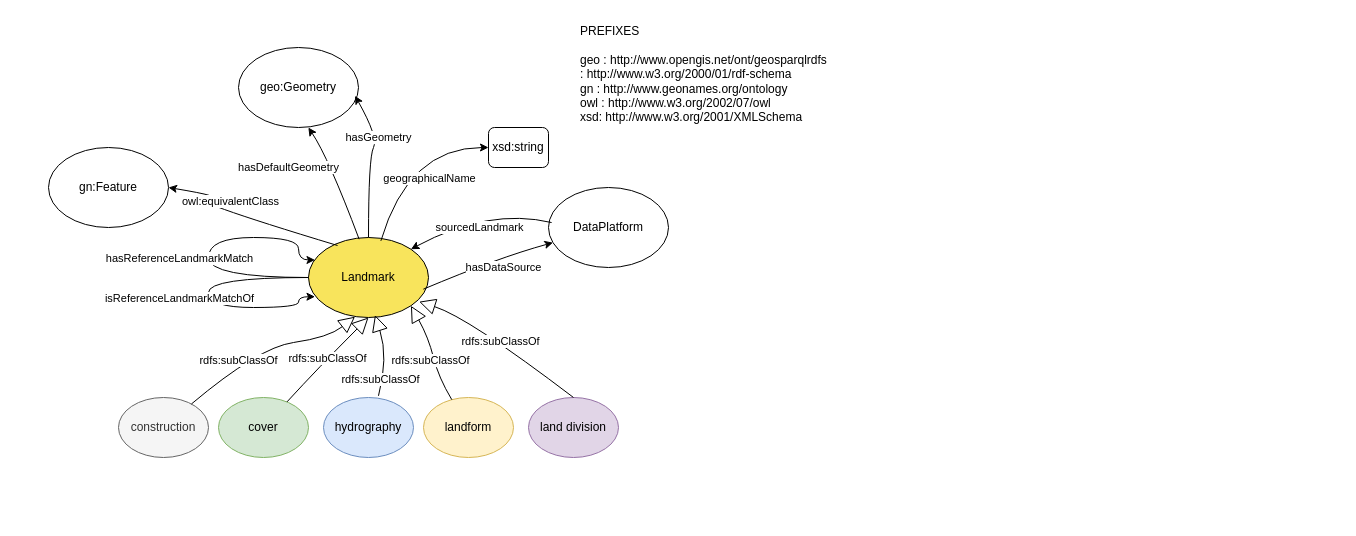
Before: diagram/conceptual_model.drawio in umrlastig/landmark-ontology, a draw.io diagram. Source tidied: cells renumbered, new cells numbered last; positions are measured from the earlier drawing's top-left corner, leaving out a move shared by most shapes. Both pictures are drawn from the tidied source at 100%, with x=0, y=0 at pixel (48, 17).
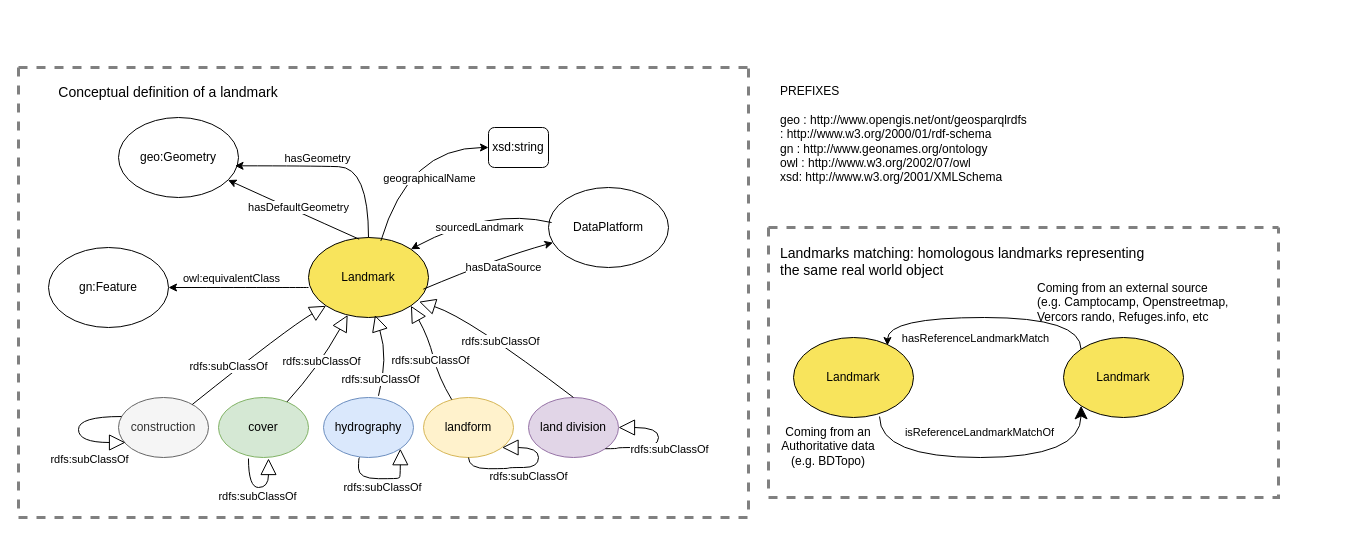
Above is the later version.

Commit message:
Mettre à jour conceptual_model.drawio

The change refers to these unchanged cells:
```xml
<mxCell id="2" value="Landmark" style="ellipse;whiteSpace=wrap;html=1;shapeInside=1;fillColor=light-dark(#f8e45c, #ededed);" parent="1" vertex="1">
  <mxGeometry x="260" y="220" width="120" height="80" as="geometry" />
</mxCell>
<mxCell id="15" value="construction" style="ellipse;whiteSpace=wrap;html=1;shapeInside=1;fillColor=#f5f5f5;fontColor=#333333;strokeColor=#666666;" parent="1" vertex="1">
  <mxGeometry x="70" y="380" width="90" height="60" as="geometry" />
</mxCell>
<mxCell id="18" value="cover" style="ellipse;whiteSpace=wrap;html=1;shapeInside=1;fillColor=#d5e8d4;strokeColor=#82b366;" parent="1" vertex="1">
  <mxGeometry x="170" y="380" width="90" height="60" as="geometry" />
</mxCell>
<mxCell id="19" value="hydrography" style="ellipse;whiteSpace=wrap;html=1;shapeInside=1;fillColor=#dae8fc;strokeColor=#6c8ebf;" parent="1" vertex="1">
  <mxGeometry x="275" y="380" width="90" height="60" as="geometry" />
</mxCell>
<mxCell id="20" value="landform" style="ellipse;whiteSpace=wrap;html=1;shapeInside=1;fillColor=#fff2cc;strokeColor=#d6b656;" parent="1" vertex="1">
  <mxGeometry x="375" y="380" width="90" height="60" as="geometry" />
</mxCell>
<mxCell id="21" value="land division" style="ellipse;whiteSpace=wrap;html=1;shapeInside=1;fillColor=#e1d5e7;strokeColor=#9673a6;" parent="1" vertex="1">
  <mxGeometry x="480" y="380" width="90" height="60" as="geometry" />
</mxCell>
```

Diff of the diagram source:
```diff
@@
-    <mxCell id="4" style="curved=1;endArrow=classic;html=1;rounded=0;exitX=0;exitY=0.5;exitDx=0;exitDy=0;entryX=0.054;entryY=0.281;entryDx=0;entryDy=0;entryPerimeter=0;edgeStyle=orthogonalEdgeStyle;innerLoopWaypoints=1;" parent="1" edge="1" source="2" target="2">
-      <mxGeometry relative="1" as="geometry">
-        <Array as="points">
-          <mxPoint x="160" y="260" />
-          <mxPoint x="160" y="220" />
-          <mxPoint x="250" y="220" />
-          <mxPoint x="250" y="242.5" />
-        </Array>
-      </mxGeometry>
-    </mxCell>
-    <mxCell id="5" value="hasReferenceLandmarkMatch" style="edgeLabel;html=1;align=center;verticalAlign=middle;" parent="4" vertex="1">
-      <mxGeometry x="0.22" y="-2" relative="1" as="geometry">
-        <mxPoint x="-54" y="18" as="offset" />
-      </mxGeometry>
-    </mxCell>
-    <mxCell id="6" style="curved=1;endArrow=classic;html=1;rounded=0;exitX=0;exitY=0.5;exitDx=0;exitDy=0;entryX=0.054;entryY=0.74;entryDx=0;entryDy=0;edgeStyle=orthogonalEdgeStyle;innerLoopWaypoints=1;entryPerimeter=0;" parent="1" edge="1" source="2" target="2">
-      <mxGeometry relative="1" as="geometry">
-        <Array as="points">
-          <mxPoint x="160" y="260" />
-          <mxPoint x="160" y="290" />
-          <mxPoint x="250" y="290" />
-          <mxPoint x="250" y="279.2" />
-        </Array>
-      </mxGeometry>
-    </mxCell>
-    <mxCell id="7" value="isReferenceLandmarkMatchOf" style="edgeLabel;html=1;align=center;verticalAlign=middle;" parent="6" vertex="1">
-      <mxGeometry x="-0.42" y="3" relative="1" as="geometry">
-        <mxPoint x="-58" y="17" as="offset" />
-      </mxGeometry>
-    </mxCell>
@@
-    <mxCell id="16" style="curved=1;endArrow=block;html=1;rounded=0;entryX=0.388;entryY=0.99;entryDx=0;entryDy=0;entryPerimeter=0;endFill=0;strokeWidth=1;endSize=14;" parent="1" edge="1" source="15" target="2">
+    <mxCell id="16" style="curved=1;endArrow=block;html=1;rounded=0;entryX=0;entryY=1;entryDx=0;entryDy=0;endFill=0;strokeWidth=1;endSize=14;" parent="1" edge="1" source="15" target="2">
       <mxGeometry relative="1" as="geometry">
         <Array as="points">
-          <mxPoint x="210" y="330" />
-          <mxPoint x="280" y="320" />
+          <mxPoint x="240" y="310" />
         </Array>
       </mxGeometry>
     </mxCell>
@@
     <mxCell id="22" value="geo:Geometry" style="ellipse;whiteSpace=wrap;html=1;shapeInside=1;" parent="1" vertex="1">
-      <mxGeometry x="190" y="30" width="120" height="80" as="geometry" />
+      <mxGeometry x="70" y="100" width="120" height="80" as="geometry" />
     </mxCell>
     <mxCell id="23" style="curved=1;endArrow=classic;html=1;rounded=0;exitX=0.5;exitY=0;exitDx=0;exitDy=0;entryX=0.971;entryY=0.604;entryDx=0;entryDy=0;entryPerimeter=0;" parent="1" edge="1" source="2" target="22">
       <mxGeometry relative="1" as="geometry">
         <Array as="points">
-          <mxPoint x="320" y="140" />
-          <mxPoint x="330" y="120" />
+          <mxPoint x="320" y="150" />
+          <mxPoint x="260" y="148.3" />
         </Array>
       </mxGeometry>
     </mxCell>
     <mxCell id="24" value="hasGeometry" style="edgeLabel;html=1;align=center;verticalAlign=middle;" parent="23" vertex="1">
       <mxGeometry x="0.66" y="5" relative="1" as="geometry">
-        <mxPoint x="15" y="17" as="offset" />
+        <mxPoint x="47" y="-13" as="offset" />
       </mxGeometry>
     </mxCell>
-    <mxCell id="25" value="hasDefaultGeometry" style="curved=1;endArrow=classic;html=1;rounded=0;exitX=0.422;exitY=0.021;exitDx=0;exitDy=0;exitPerimeter=0;entryX=0.582;entryY=1;entryDx=0;entryDy=0;entryPerimeter=0;" parent="1" edge="1" source="2" target="22">
-      <mxGeometry x="0.64" y="39" relative="1" as="geometry">
+    <mxCell id="25" value="hasDefaultGeometry" style="curved=1;endArrow=classic;html=1;rounded=0;exitX=0.422;exitY=0.021;exitDx=0;exitDy=0;exitPerimeter=0;" parent="1" edge="1" source="2" target="22">
+      <mxGeometry x="-0.05" y="-4" relative="1" as="geometry">
         <Array as="points">
-          <mxPoint x="280" y="140" />
+          <mxPoint x="240" y="190" />
         </Array>
       </mxGeometry>
     </mxCell>
-    <mxCell id="26" value="rdfs:subClassOf" style="curved=1;endArrow=block;html=1;rounded=0;entryX=0.5;entryY=1;entryDx=0;entryDy=0;endFill=0;endSize=14;" parent="1" edge="1" source="18" target="2">
+    <mxCell id="26" value="rdfs:subClassOf" style="curved=1;endArrow=block;html=1;rounded=0;endFill=0;endSize=14;" parent="1" edge="1" source="18" target="2">
       <mxGeometry relative="1" as="geometry">
         <Array as="points">
           <mxPoint x="270" y="350" />
         </Array>
       </mxGeometry>
     </mxCell>
@@
     <mxCell id="32" value="PREFIXES&#10;&#10;geo : http://www.opengis.net/ont/geosparqlrdfs : http://www.w3.org/2000/01/rdf-schema&#10;gn : http://www.geonames.org/ontology&#10;owl : http://www.w3.org/2002/07/owl&#10;xsd: http://www.w3.org/2001/XMLSchema" style="text;whiteSpace=wrap;glass=0;rounded=0;shadow=0;" parent="1" vertex="1">
-      <mxGeometry x="530" width="250" height="120" as="geometry" />
+      <mxGeometry x="730" y="60" width="250" height="120" as="geometry" />
     </mxCell>
     <mxCell id="33" value="gn:Feature" style="ellipse;whiteSpace=wrap;html=1;shapeInside=1;" parent="1" vertex="1">
-      <mxGeometry y="130" width="120" height="80" as="geometry" />
+      <mxGeometry y="230" width="120" height="80" as="geometry" />
     </mxCell>
-    <mxCell id="34" style="curved=1;endArrow=classic;html=1;rounded=0;exitX=0.242;exitY=0.1;exitDx=0;exitDy=0;exitPerimeter=0;" parent="1" edge="1" source="2" target="33">
+    <mxCell id="34" style="curved=1;endArrow=classic;html=1;rounded=0;" parent="1" edge="1" target="33">
       <mxGeometry relative="1" as="geometry">
-        <Array as="points">
-          <mxPoint x="130" y="180" />
-          <mxPoint x="180" y="180" />
-          <mxPoint x="120" y="170" />
-        </Array>
+        <mxPoint x="260" y="270" as="sourcePoint" />
       </mxGeometry>
     </mxCell>
     <mxCell id="35" value="owl:equivalentClass" style="edgeLabel;html=1;align=center;verticalAlign=middle;" parent="34" vertex="1">
       <mxGeometry x="0.13" y="1" relative="1" as="geometry">
-        <mxPoint x="42" as="offset" />
+        <mxPoint x="1" y="-11" as="offset" />
       </mxGeometry>
     </mxCell>
+    <mxCell id="36" style="curved=1;endArrow=block;html=1;rounded=0;exitX=1;exitY=1;exitDx=0;exitDy=0;entryX=1;entryY=0.5;entryDx=0;entryDy=0;edgeStyle=orthogonalEdgeStyle;innerLoopWaypoints=1;endFill=0;endSize=14;" parent="1" edge="1" source="21" target="21">
+      <mxGeometry relative="1" as="geometry">
+        <Array as="points">
+          <mxPoint x="569" y="431.2" />
+          <mxPoint x="569" y="430" />
+          <mxPoint x="610" y="430" />
+          <mxPoint x="610" y="410" />
+        </Array>
+      </mxGeometry>
+    </mxCell>
+    <mxCell id="37" value="rdfs:subClassOf" style="edgeLabel;html=1;align=center;verticalAlign=middle;" parent="36" vertex="1">
+      <mxGeometry x="0.15" y="5" relative="1" as="geometry">
+        <mxPoint x="15" y="13" as="offset" />
+      </mxGeometry>
+    </mxCell>
+    <mxCell id="38" style="curved=1;endArrow=block;html=1;rounded=0;exitX=0.5;exitY=1;exitDx=0;exitDy=0;edgeStyle=orthogonalEdgeStyle;innerLoopWaypoints=1;endFill=0;endSize=14;" parent="1" edge="1" source="20" target="20">
+      <mxGeometry relative="1" as="geometry">
+        <Array as="points">
+          <mxPoint x="420" y="451.2" />
+          <mxPoint x="460" y="451.2" />
+          <mxPoint x="460" y="450" />
+          <mxPoint x="490" y="450" />
+          <mxPoint x="490" y="430" />
+        </Array>
+      </mxGeometry>
+    </mxCell>
+    <mxCell id="39" value="rdfs:subClassOf" style="edgeLabel;html=1;align=center;verticalAlign=middle;" parent="38" vertex="1">
+      <mxGeometry x="0.15" y="5" relative="1" as="geometry">
+        <mxPoint x="-8" y="13" as="offset" />
+      </mxGeometry>
+    </mxCell>
+    <mxCell id="40" style="curved=1;endArrow=block;html=1;rounded=0;exitX=0.4;exitY=1;exitDx=0;exitDy=0;edgeStyle=orthogonalEdgeStyle;innerLoopWaypoints=1;endFill=0;endSize=14;exitPerimeter=0;entryX=1;entryY=1;entryDx=0;entryDy=0;" parent="1" edge="1" source="19" target="19">
+      <mxGeometry relative="1" as="geometry">
+        <Array as="points">
+          <mxPoint x="310" y="440" />
+          <mxPoint x="310" y="461.2" />
+          <mxPoint x="350" y="461.2" />
+          <mxPoint x="350" y="460" />
+          <mxPoint x="351.8" y="460" />
+        </Array>
+      </mxGeometry>
+    </mxCell>
+    <mxCell id="41" value="rdfs:subClassOf" style="edgeLabel;html=1;align=center;verticalAlign=middle;" parent="40" vertex="1">
+      <mxGeometry x="0.15" y="5" relative="1" as="geometry">
+        <mxPoint x="-8" y="13" as="offset" />
+      </mxGeometry>
+    </mxCell>
+    <mxCell id="42" style="curved=1;endArrow=block;html=1;rounded=0;exitX=0.333;exitY=1.017;exitDx=0;exitDy=0;edgeStyle=orthogonalEdgeStyle;endFill=0;endSize=14;exitPerimeter=0;" parent="1" edge="1" source="18">
+      <mxGeometry relative="1" as="geometry">
+        <mxPoint x="220" y="441" as="targetPoint" />
+        <Array as="points">
+          <mxPoint x="200" y="470" />
+          <mxPoint x="220" y="470" />
+        </Array>
+      </mxGeometry>
+    </mxCell>
+    <mxCell id="43" value="rdfs:subClassOf" style="edgeLabel;html=1;align=center;verticalAlign=middle;" parent="42" vertex="1">
+      <mxGeometry x="0.15" y="5" relative="1" as="geometry">
+        <mxPoint x="-8" y="13" as="offset" />
+      </mxGeometry>
+    </mxCell>
+    <mxCell id="44" style="curved=1;endArrow=block;html=1;rounded=0;exitX=0.033;exitY=0.317;exitDx=0;exitDy=0;edgeStyle=orthogonalEdgeStyle;endFill=0;endSize=14;exitPerimeter=0;entryX=0.078;entryY=0.75;entryDx=0;entryDy=0;entryPerimeter=0;innerLoopWaypoints=1;" parent="1" edge="1" source="15" target="15">
+      <mxGeometry relative="1" as="geometry">
+        <Array as="points">
+          <mxPoint x="30" y="399" />
+          <mxPoint x="30" y="425" />
+        </Array>
+      </mxGeometry>
+    </mxCell>
+    <mxCell id="45" value="rdfs:subClassOf" style="edgeLabel;html=1;align=center;verticalAlign=middle;" parent="44" vertex="1">
+      <mxGeometry x="0.15" y="5" relative="1" as="geometry">
+        <mxPoint x="5" y="18" as="offset" />
+      </mxGeometry>
+    </mxCell>
+    <mxCell id="46" style="swimlane;startSize=0;dashed=1;strokeWidth=3;strokeColor=#808080;" parent="1" vertex="1">
+      <mxGeometry x="720" y="210" width="510" height="270" as="geometry" />
+    </mxCell>
+    <mxCell id="4" style="curved=1;endArrow=none;html=1;rounded=0;entryX=0;entryY=0;entryDx=0;entryDy=0;edgeStyle=orthogonalEdgeStyle;startArrow=classic;startFill=1;endFill=0;endSize=14;exitX=0.783;exitY=0.1;exitDx=0;exitDy=0;exitPerimeter=0;" parent="46" edge="1" source="47" target="48">
+      <mxGeometry relative="1" as="geometry">
+        <Array as="points">
+          <mxPoint x="119" y="90" />
+          <mxPoint x="312.6" y="90" />
+        </Array>
+      </mxGeometry>
+    </mxCell>
+    <mxCell id="5" value="hasReferenceLandmarkMatch" style="edgeLabel;html=1;align=center;verticalAlign=middle;" parent="4" vertex="1">
+      <mxGeometry x="0.22" y="-2" relative="1" as="geometry">
+        <mxPoint x="-39" y="18" as="offset" />
+      </mxGeometry>
+    </mxCell>
+    <mxCell id="6" style="curved=1;endArrow=classic;html=1;rounded=0;exitX=0.717;exitY=0.988;exitDx=0;exitDy=0;entryX=0;entryY=1;entryDx=0;entryDy=0;edgeStyle=orthogonalEdgeStyle;endSize=11;exitPerimeter=0;" parent="46" edge="1" source="47" target="48">
+      <mxGeometry relative="1" as="geometry">
+        <Array as="points">
+          <mxPoint x="111" y="230" />
+          <mxPoint x="312.6" y="230" />
+        </Array>
+      </mxGeometry>
+    </mxCell>
+    <mxCell id="7" value="isReferenceLandmarkMatchOf" style="edgeLabel;html=1;align=center;verticalAlign=middle;" parent="6" vertex="1">
+      <mxGeometry x="-0.42" y="3" relative="1" as="geometry">
+        <mxPoint x="55" y="-23" as="offset" />
+      </mxGeometry>
+    </mxCell>
+    <mxCell id="47" value="Landmark" style="ellipse;whiteSpace=wrap;html=1;shapeInside=1;fillColor=light-dark(#f8e45c, #ededed);" parent="46" vertex="1">
+      <mxGeometry x="25" y="110" width="120" height="80" as="geometry" />
+    </mxCell>
+    <mxCell id="48" value="Landmark" style="ellipse;whiteSpace=wrap;html=1;shapeInside=1;fillColor=light-dark(#f8e45c, #ededed);" parent="46" vertex="1">
+      <mxGeometry x="295" y="110" width="120" height="80" as="geometry" />
+    </mxCell>
+    <mxCell id="49" value="&lt;div align=&quot;left&quot;&gt;&lt;font style=&quot;font-size: 14px;&quot;&gt;Landmarks matching: homologous landmarks&amp;nbsp;representing&amp;nbsp;&lt;/font&gt;&lt;/div&gt;&lt;div align=&quot;left&quot;&gt;&lt;font style=&quot;font-size: 14px;&quot;&gt;the same real world object&lt;/font&gt;&lt;/div&gt;" style="text;html=1;whiteSpace=wrap;strokeColor=none;fillColor=none;align=left;verticalAlign=middle;rounded=0;" parent="46" vertex="1">
+      <mxGeometry x="10" y="19" width="560" height="30" as="geometry" />
+    </mxCell>
+    <mxCell id="50" value="&lt;div&gt;Coming from an&lt;/div&gt;&lt;div&gt;Authoritative data (e.g. BDTopo)&lt;/div&gt;" style="text;html=1;whiteSpace=wrap;strokeColor=none;fillColor=none;align=center;verticalAlign=middle;rounded=0;" parent="46" vertex="1">
+      <mxGeometry x="10" y="204" width="100" height="30" as="geometry" />
+    </mxCell>
+    <mxCell id="51" value="&lt;div align=&quot;left&quot;&gt;Coming from an external source (e.g. Camptocamp, Openstreetmap, Vercors rando, Refuges.info, etc&amp;nbsp;&lt;/div&gt;" style="text;html=1;whiteSpace=wrap;strokeColor=none;fillColor=none;align=left;verticalAlign=middle;rounded=0;" parent="46" vertex="1">
+      <mxGeometry x="267" y="60" width="200" height="30" as="geometry" />
+    </mxCell>
+    <mxCell id="52" style="swimlane;startSize=0;strokeWidth=3;dashed=1;strokeColor=#808080;" parent="1" vertex="1">
+      <mxGeometry x="-30" y="50" width="730" height="450" as="geometry" />
+    </mxCell>
+    <mxCell id="53" value="&lt;span&gt;&lt;font style=&quot;font-size: 14px;&quot;&gt;Conceptual definition of a landmark&lt;/font&gt;&lt;/span&gt;" style="text;html=1;whiteSpace=wrap;strokeColor=none;fillColor=none;align=center;verticalAlign=middle;rounded=0;" parent="52" vertex="1">
+      <mxGeometry x="30" y="10" width="240" height="30" as="geometry" />
+    </mxCell>
```
